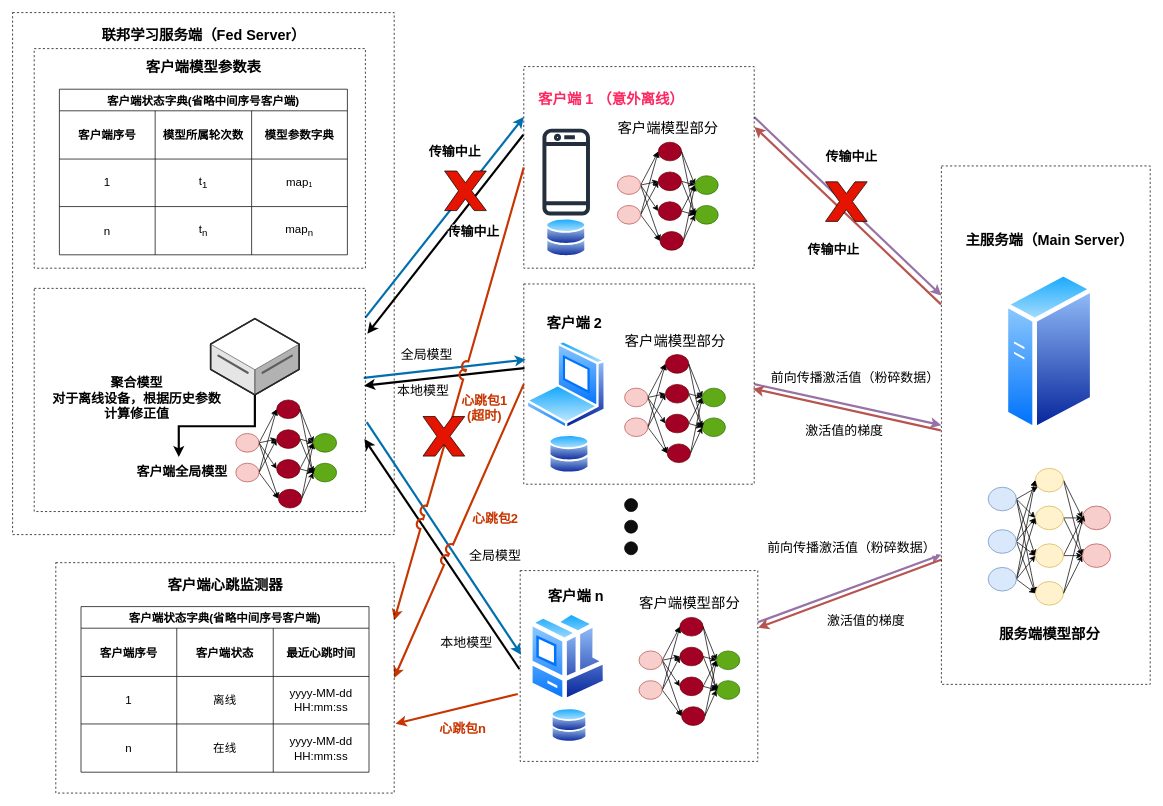
Before: 分割联邦学习架构图.drawio in XiaoWenZz/draw-io, a draw.io diagram. Source tidied: cells renumbered, new cells numbered last; positions are measured from the earlier drawing's top-left corner, leaving out a move shared by most shapes. Both pictures are drawn from the tidied source at 72%, with x=0, y=0 at pixel (12, 12).
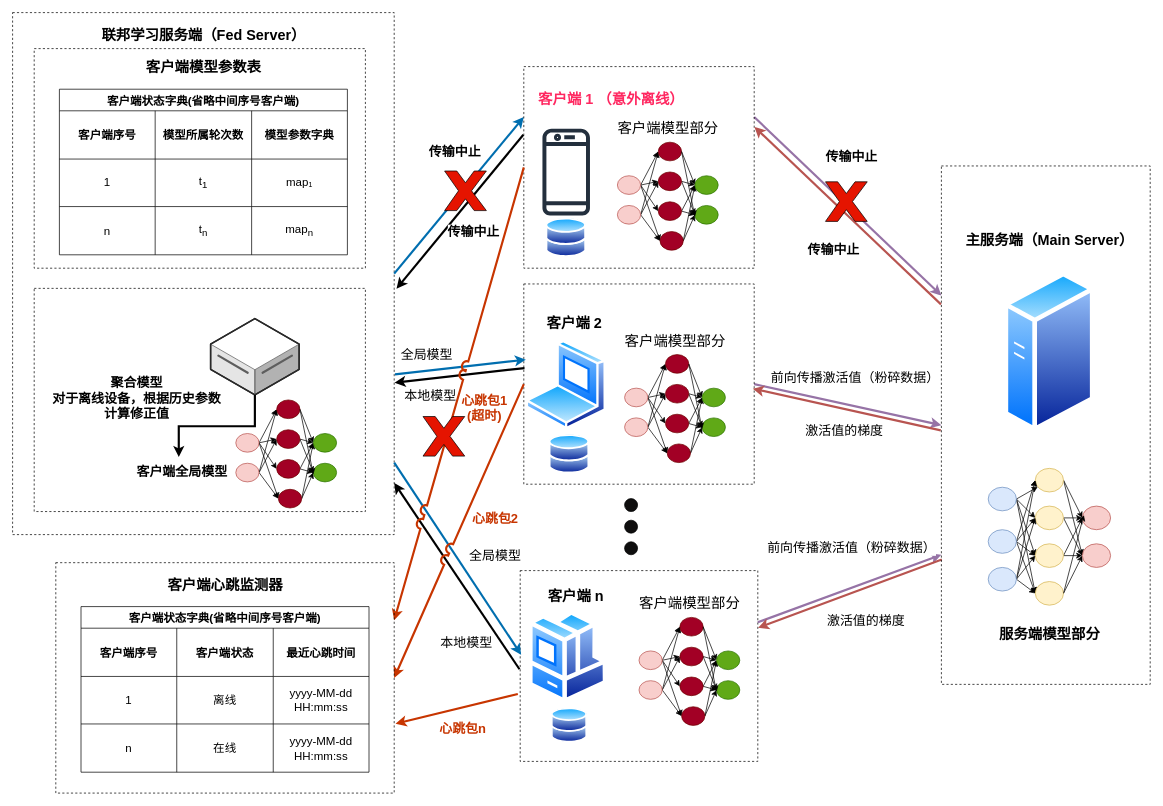
After the change.

Commit message (it also covers changes not shown here):
更新分割联邦学习架构图.drawio

The change refers to these unchanged cells:
```xml
<mxCell id="2" style="rounded=0;whiteSpace=wrap;html=1;fontFamily=Helvetica;fontSize=11;fontColor=default;labelBackgroundColor=default;fillColor=none;strokeColor=default;dashed=1;" parent="1" vertex="1">
  <mxGeometry width="530" height="725" as="geometry" />
</mxCell>
<mxCell id="5" style="rounded=0;whiteSpace=wrap;html=1;fontFamily=Helvetica;fontSize=11;fontColor=default;labelBackgroundColor=default;fillColor=none;strokeColor=default;dashed=1;" parent="1" vertex="1">
  <mxGeometry x="710" y="376.9" width="320" height="278.1" as="geometry" />
</mxCell>
<mxCell id="14" style="rounded=0;whiteSpace=wrap;html=1;fontFamily=Helvetica;fontSize=11;fontColor=default;labelBackgroundColor=default;fillColor=none;strokeColor=default;dashed=1;" parent="1" vertex="1">
  <mxGeometry x="710" y="75" width="320" height="280" as="geometry" />
</mxCell>
<mxCell id="69" style="rounded=0;whiteSpace=wrap;html=1;fontFamily=Helvetica;fontSize=11;fontColor=default;labelBackgroundColor=default;fillColor=none;strokeColor=default;dashed=1;" parent="68" vertex="1">
  <mxGeometry width="330" height="265" as="geometry" />
</mxCell>
<mxCell id="151" style="rounded=0;whiteSpace=wrap;html=1;fontFamily=Helvetica;fontSize=11;fontColor=default;labelBackgroundColor=default;fillColor=none;strokeColor=default;dashed=1;" parent="150" vertex="1">
  <mxGeometry x="-120" y="10" width="460" height="310" as="geometry" />
</mxCell>
```

The edit, as a diff of the source:
```diff
@@
-    <mxCell id="3" style="edgeStyle=none;shape=connector;rounded=0;jettySize=auto;html=1;entryX=0.996;entryY=0.436;entryDx=0;entryDy=0;strokeColor=default;align=center;verticalAlign=middle;fontFamily=Helvetica;fontSize=11;fontColor=default;labelBackgroundColor=default;endArrow=classic;exitX=0.003;exitY=0.42;exitDx=0;exitDy=0;strokeWidth=3;exitPerimeter=0;entryPerimeter=0;" parent="1" edge="1" source="5" target="151">
+    <mxCell id="3" style="edgeStyle=none;shape=connector;rounded=0;jettySize=auto;html=1;entryX=1.001;entryY=0.709;entryDx=0;entryDy=0;strokeColor=default;align=center;verticalAlign=middle;fontFamily=Helvetica;fontSize=11;fontColor=default;labelBackgroundColor=default;endArrow=classic;exitX=0.003;exitY=0.42;exitDx=0;exitDy=0;strokeWidth=3;exitPerimeter=0;entryPerimeter=0;" parent="1" edge="1" source="5" target="2">
       <mxGeometry relative="1" as="geometry" />
     </mxCell>
@@
-    <mxCell id="6" style="edgeStyle=none;rounded=0;jettySize=auto;html=1;exitX=1;exitY=0.131;exitDx=0;exitDy=0;entryX=0;entryY=0.25;entryDx=0;entryDy=0;strokeColor=#006EAF;align=center;verticalAlign=middle;fontFamily=Helvetica;fontSize=11;fontColor=default;labelBackgroundColor=default;endArrow=classic;strokeWidth=3;fillColor=#1ba1e2;exitPerimeter=0;" parent="1" edge="1" source="151" target="14">
+    <mxCell id="6" style="edgeStyle=none;rounded=0;jettySize=auto;html=1;exitX=1;exitY=0.5;exitDx=0;exitDy=0;entryX=0;entryY=0.25;entryDx=0;entryDy=0;strokeColor=#006EAF;align=center;verticalAlign=middle;fontFamily=Helvetica;fontSize=11;fontColor=default;labelBackgroundColor=default;endArrow=classic;strokeWidth=3;fillColor=#1ba1e2;" parent="1" edge="1" source="2" target="14">
       <mxGeometry relative="1" as="geometry" />
     </mxCell>
@@
-    <mxCell id="98" style="edgeStyle=none;shape=connector;rounded=0;jettySize=auto;html=1;entryX=1.006;entryY=0.203;entryDx=0;entryDy=0;entryPerimeter=0;strokeColor=default;align=center;verticalAlign=middle;fontFamily=Helvetica;fontSize=11;fontColor=default;labelBackgroundColor=default;endArrow=classic;exitX=-0.002;exitY=0.338;exitDx=0;exitDy=0;exitPerimeter=0;strokeWidth=3;" parent="1" edge="1" source="14" target="151">
+    <mxCell id="98" style="edgeStyle=none;shape=connector;rounded=0;jettySize=auto;html=1;entryX=1.006;entryY=0.529;entryDx=0;entryDy=0;entryPerimeter=0;strokeColor=default;align=center;verticalAlign=middle;fontFamily=Helvetica;fontSize=11;fontColor=default;labelBackgroundColor=default;endArrow=classic;exitX=-0.002;exitY=0.338;exitDx=0;exitDy=0;exitPerimeter=0;strokeWidth=3;" parent="1" edge="1" source="14" target="2">
       <mxGeometry relative="1" as="geometry" />
     </mxCell>
-    <mxCell id="99" style="edgeStyle=none;shape=connector;rounded=0;jettySize=auto;html=1;entryX=0.009;entryY=0.378;entryDx=0;entryDy=0;entryPerimeter=0;strokeColor=#006EAF;align=center;verticalAlign=middle;fontFamily=Helvetica;fontSize=11;fontColor=default;labelBackgroundColor=default;endArrow=classic;strokeWidth=3;fillColor=#1ba1e2;exitX=0.995;exitY=0.401;exitDx=0;exitDy=0;exitPerimeter=0;" parent="1" edge="1" source="151" target="5">
+    <mxCell id="99" style="edgeStyle=none;shape=connector;rounded=0;jettySize=auto;html=1;entryX=0.009;entryY=0.378;entryDx=0;entryDy=0;entryPerimeter=0;strokeColor=#006EAF;align=center;verticalAlign=middle;fontFamily=Helvetica;fontSize=11;fontColor=default;labelBackgroundColor=default;endArrow=classic;strokeWidth=3;fillColor=#1ba1e2;exitX=1.002;exitY=0.693;exitDx=0;exitDy=0;exitPerimeter=0;" parent="1" edge="1" source="2" target="5">
       <mxGeometry relative="1" as="geometry" />
     </mxCell>
-    <mxCell id="100" style="edgeStyle=none;shape=connector;rounded=0;jettySize=auto;html=1;entryX=0.004;entryY=0.441;entryDx=0;entryDy=0;entryPerimeter=0;strokeColor=#006EAF;align=center;verticalAlign=middle;fontFamily=Helvetica;fontSize=11;fontColor=default;labelBackgroundColor=default;endArrow=classic;exitX=1.004;exitY=0.599;exitDx=0;exitDy=0;exitPerimeter=0;strokeWidth=3;fillColor=#1ba1e2;" parent="1" edge="1" source="151" target="69">
+    <mxCell id="100" style="edgeStyle=none;shape=connector;rounded=0;jettySize=auto;html=1;entryX=0.004;entryY=0.441;entryDx=0;entryDy=0;entryPerimeter=0;strokeColor=#006EAF;align=center;verticalAlign=middle;fontFamily=Helvetica;fontSize=11;fontColor=default;labelBackgroundColor=default;endArrow=classic;exitX=1;exitY=0.862;exitDx=0;exitDy=0;exitPerimeter=0;strokeWidth=3;fillColor=#1ba1e2;" parent="1" edge="1" source="2" target="69">
       <mxGeometry relative="1" as="geometry" />
     </mxCell>
-    <mxCell id="101" style="edgeStyle=none;shape=connector;rounded=0;jettySize=auto;html=1;exitX=-0.003;exitY=0.517;exitDx=0;exitDy=0;entryX=0.997;entryY=0.675;entryDx=0;entryDy=0;entryPerimeter=0;strokeColor=default;align=center;verticalAlign=middle;fontFamily=Helvetica;fontSize=11;fontColor=default;labelBackgroundColor=default;endArrow=classic;strokeWidth=3;exitPerimeter=0;" parent="1" edge="1" source="69" target="151">
+    <mxCell id="101" style="edgeStyle=none;shape=connector;rounded=0;jettySize=auto;html=1;exitX=-0.003;exitY=0.517;exitDx=0;exitDy=0;entryX=1;entryY=0.901;entryDx=0;entryDy=0;entryPerimeter=0;strokeColor=default;align=center;verticalAlign=middle;fontFamily=Helvetica;fontSize=11;fontColor=default;labelBackgroundColor=default;endArrow=classic;strokeWidth=3;exitPerimeter=0;" parent="1" edge="1" source="69" target="2">
       <mxGeometry relative="1" as="geometry" />
     </mxCell>
@@
+    <mxCell id="106" value="&lt;font style=&quot;font-size: 18px;&quot;&gt;本地模型&lt;/font&gt;" style="text;html=1;align=center;verticalAlign=middle;strokeColor=none;fillColor=none;fontFamily=Helvetica;fontSize=11;fontColor=default;labelBackgroundColor=default;" parent="1" vertex="1">
+      <mxGeometry x="530" y="513" width="100" height="40" as="geometry" />
+    </mxCell>
@@
-    <mxCell id="106" value="&lt;font style=&quot;font-size: 18px;&quot;&gt;本地模型&lt;/font&gt;" style="text;html=1;align=center;verticalAlign=middle;strokeColor=none;fillColor=none;fontFamily=Helvetica;fontSize=11;fontColor=default;labelBackgroundColor=default;" parent="1" vertex="1">
-      <mxGeometry x="520" y="505" width="100" height="40" as="geometry" />
-    </mxCell>
@@
+    <mxCell id="217" style="rounded=0;whiteSpace=wrap;html=1;fontFamily=Helvetica;fontSize=11;fontColor=default;labelBackgroundColor=default;fillColor=none;strokeColor=default;dashed=1;" parent="1" vertex="1">
+      <mxGeometry x="30" y="50" width="460" height="305" as="geometry" />
+    </mxCell>
@@
-    <mxCell id="217" style="rounded=0;whiteSpace=wrap;html=1;fontFamily=Helvetica;fontSize=11;fontColor=default;labelBackgroundColor=default;fillColor=none;strokeColor=default;dashed=1;" parent="1" vertex="1">
-      <mxGeometry x="30" y="50" width="460" height="305" as="geometry" />
-    </mxCell>
```
